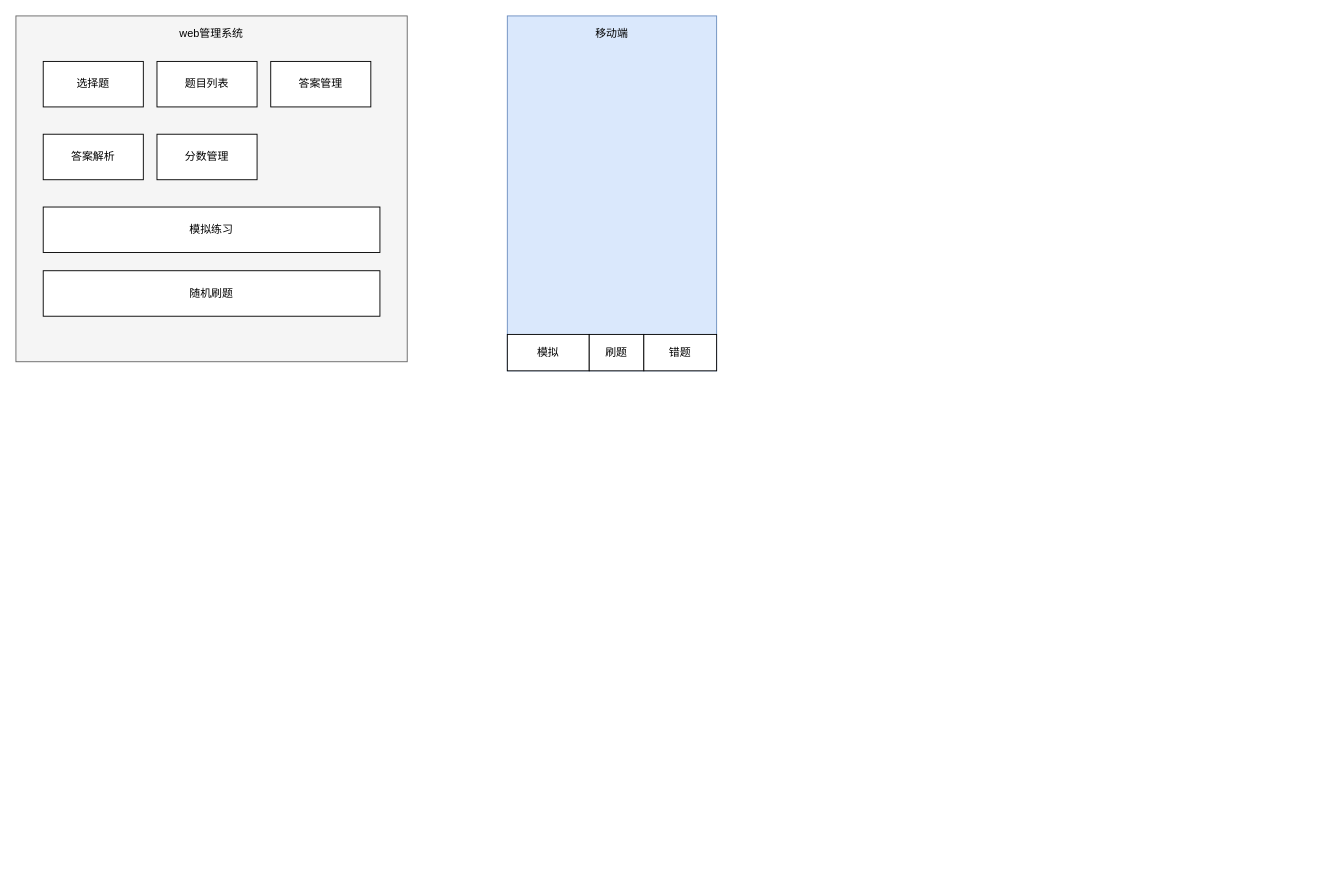
Earlier version of the draw.io diagram 刷题刷刷刷.drawio (meterXu/drawiofile). Source tidied: cells renumbered, new cells numbered last; positions are measured from the earlier drawing's top-left corner, leaving out a move shared by most shapes. Both pictures are drawn from the tidied source at 91%, with x=0, y=0 at pixel (15, 15).
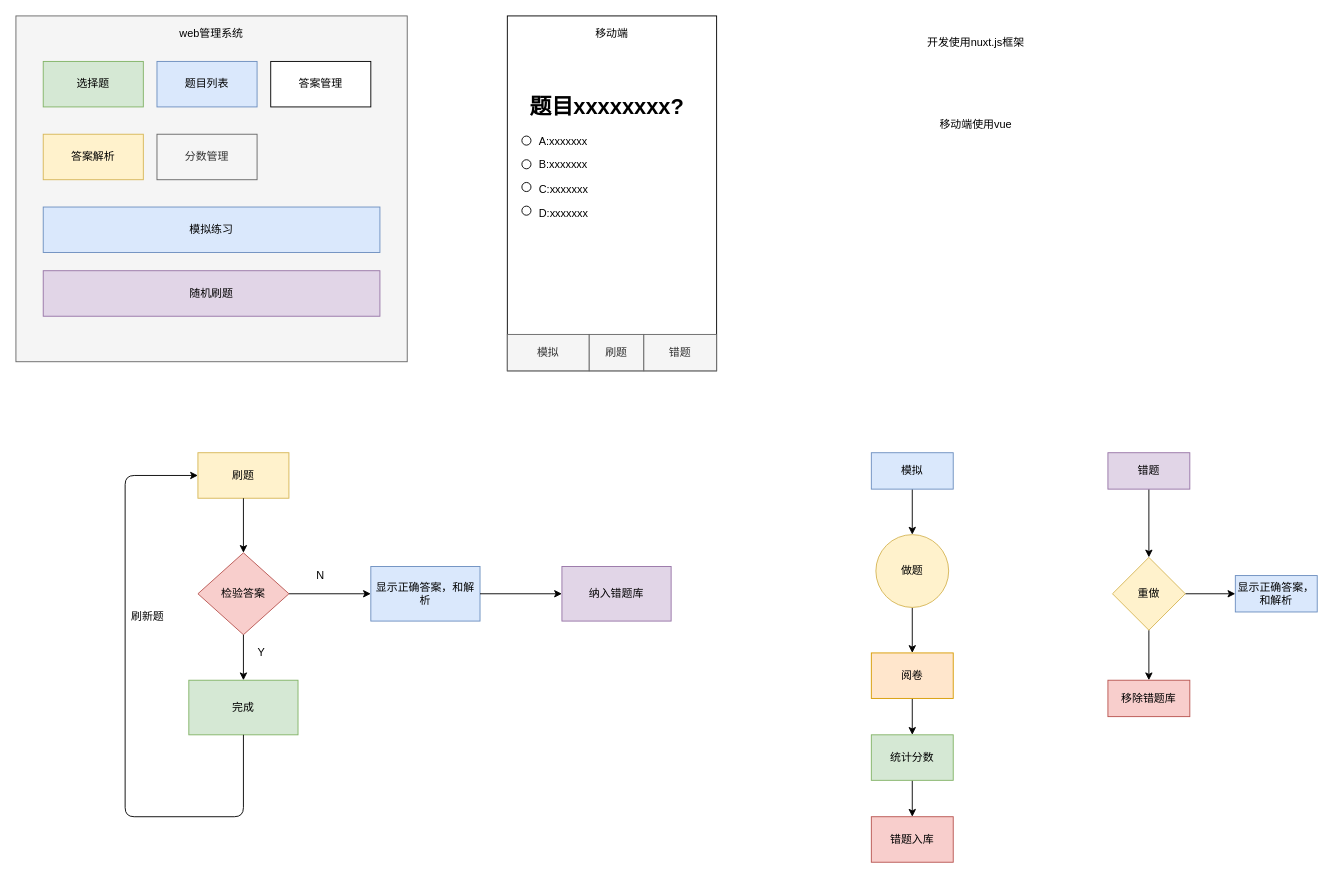
The same diagram, later.

Commit message (it also covers changes not shown here):
Update 刷题刷刷刷.drawio

What changed in the source:
```diff
@@
-    <mxCell id="4" style="rounded=0;whiteSpace=wrap;html=1;fillColor=#dae8fc;strokeColor=#6c8ebf;" parent="1" vertex="1">
+    <mxCell id="4" style="rounded=0;whiteSpace=wrap;html=1;" parent="1" vertex="1">
       <mxGeometry x="540" width="230" height="390" as="geometry" />
     </mxCell>
@@
-    <mxCell id="6" value="选择题" style="rounded=0;whiteSpace=wrap;html=1;" parent="1" vertex="1">
+    <mxCell id="6" value="选择题" style="rounded=0;whiteSpace=wrap;html=1;fillColor=#d5e8d4;strokeColor=#82b366;" parent="1" vertex="1">
       <mxGeometry x="30" y="50" width="110" height="50" as="geometry" />
     </mxCell>
-    <mxCell id="7" value="题目列表" style="rounded=0;whiteSpace=wrap;html=1;" parent="1" vertex="1">
+    <mxCell id="7" value="题目列表" style="rounded=0;whiteSpace=wrap;html=1;fillColor=#dae8fc;strokeColor=#6c8ebf;" parent="1" vertex="1">
       <mxGeometry x="155" y="50" width="110" height="50" as="geometry" />
     </mxCell>
@@
-    <mxCell id="9" value="答案解析" style="rounded=0;whiteSpace=wrap;html=1;" parent="1" vertex="1">
+    <mxCell id="9" value="答案解析" style="rounded=0;whiteSpace=wrap;html=1;fillColor=#fff2cc;strokeColor=#d6b656;" parent="1" vertex="1">
       <mxGeometry x="30" y="130" width="110" height="50" as="geometry" />
     </mxCell>
-    <mxCell id="10" value="分数管理" style="rounded=0;whiteSpace=wrap;html=1;" parent="1" vertex="1">
+    <mxCell id="10" value="分数管理" style="rounded=0;whiteSpace=wrap;html=1;fillColor=#f5f5f5;strokeColor=#666666;fontColor=#333333;" parent="1" vertex="1">
       <mxGeometry x="155" y="130" width="110" height="50" as="geometry" />
     </mxCell>
-    <mxCell id="11" value="随机刷题" style="rounded=0;whiteSpace=wrap;html=1;" parent="1" vertex="1">
+    <mxCell id="11" value="随机刷题" style="rounded=0;whiteSpace=wrap;html=1;fillColor=#e1d5e7;strokeColor=#9673a6;" parent="1" vertex="1">
       <mxGeometry x="30" y="280" width="370" height="50" as="geometry" />
     </mxCell>
-    <mxCell id="12" value="模拟练习" style="rounded=0;whiteSpace=wrap;html=1;" parent="1" vertex="1">
+    <mxCell id="12" value="模拟练习" style="rounded=0;whiteSpace=wrap;html=1;fillColor=#dae8fc;strokeColor=#6c8ebf;" parent="1" vertex="1">
       <mxGeometry x="30" y="210" width="370" height="50" as="geometry" />
     </mxCell>
-    <mxCell id="13" value="模拟" style="rounded=0;whiteSpace=wrap;html=1;" parent="1" vertex="1">
+    <mxCell id="13" value="模拟" style="rounded=0;whiteSpace=wrap;html=1;fillColor=#f5f5f5;strokeColor=#666666;fontColor=#333333;" parent="1" vertex="1">
       <mxGeometry x="540" y="350" width="90" height="40" as="geometry" />
     </mxCell>
-    <mxCell id="14" value="刷题" style="rounded=0;whiteSpace=wrap;html=1;" parent="1" vertex="1">
+    <mxCell id="14" value="刷题" style="rounded=0;whiteSpace=wrap;html=1;fillColor=#f5f5f5;strokeColor=#666666;fontColor=#333333;" parent="1" vertex="1">
       <mxGeometry x="630" y="350" width="60" height="40" as="geometry" />
     </mxCell>
-    <mxCell id="15" value="错题" style="rounded=0;whiteSpace=wrap;html=1;" parent="1" vertex="1">
+    <mxCell id="15" value="错题" style="rounded=0;whiteSpace=wrap;html=1;fillColor=#f5f5f5;strokeColor=#666666;fontColor=#333333;" parent="1" vertex="1">
       <mxGeometry x="690" y="350" width="80" height="40" as="geometry" />
     </mxCell>
+    <mxCell id="16" value="刷题" style="rounded=0;whiteSpace=wrap;html=1;fillColor=#fff2cc;strokeColor=#d6b656;" parent="1" vertex="1">
+      <mxGeometry x="200" y="480" width="100" height="50" as="geometry" />
+    </mxCell>
+    <mxCell id="17" value="&lt;span&gt;检验答案&lt;/span&gt;" style="rhombus;whiteSpace=wrap;html=1;fillColor=#f8cecc;strokeColor=#b85450;" parent="1" vertex="1">
+      <mxGeometry x="200" y="590" width="100" height="90" as="geometry" />
+    </mxCell>
+    <mxCell id="18" value="完成" style="rounded=0;whiteSpace=wrap;html=1;fillColor=#d5e8d4;strokeColor=#82b366;" parent="1" vertex="1">
+      <mxGeometry x="190" y="730" width="120" height="60" as="geometry" />
+    </mxCell>
+    <mxCell id="19" value="显示正确答案，和解析" style="rounded=0;whiteSpace=wrap;html=1;fillColor=#dae8fc;strokeColor=#6c8ebf;" parent="1" vertex="1">
+      <mxGeometry x="390" y="605" width="120" height="60" as="geometry" />
+    </mxCell>
+    <mxCell id="20" value="纳入错题库" style="rounded=0;whiteSpace=wrap;html=1;fillColor=#e1d5e7;strokeColor=#9673a6;" parent="1" vertex="1">
+      <mxGeometry x="600" y="605" width="120" height="60" as="geometry" />
+    </mxCell>
+    <mxCell id="21" style="endArrow=classic;html=1;exitX=0.5;exitY=1;exitDx=0;exitDy=0;" parent="1" edge="1" source="16" target="17">
+      <mxGeometry relative="1" as="geometry" />
+    </mxCell>
+    <mxCell id="22" style="endArrow=classic;html=1;exitX=0.5;exitY=1;exitDx=0;exitDy=0;" parent="1" edge="1" source="17" target="18">
+      <mxGeometry relative="1" as="geometry" />
+    </mxCell>
+    <mxCell id="23" style="endArrow=classic;html=1;entryX=0;entryY=0.5;entryDx=0;entryDy=0;exitX=1;exitY=0.5;exitDx=0;exitDy=0;" parent="1" edge="1" source="17" target="19">
+      <mxGeometry relative="1" as="geometry" />
+    </mxCell>
+    <mxCell id="24" style="endArrow=classic;html=1;entryX=0;entryY=0.5;entryDx=0;entryDy=0;" parent="1" edge="1" source="19" target="20">
+      <mxGeometry relative="1" as="geometry" />
+    </mxCell>
+    <mxCell id="25" value="N" style="text;html=1;strokeColor=none;fillColor=none;align=center;verticalAlign=middle;whiteSpace=wrap;rounded=0;" parent="1" vertex="1">
+      <mxGeometry x="315" y="605" width="40" height="20" as="geometry" />
+    </mxCell>
+    <mxCell id="26" value="Y" style="text;html=1;strokeColor=none;fillColor=none;align=center;verticalAlign=middle;whiteSpace=wrap;rounded=0;" parent="1" vertex="1">
+      <mxGeometry x="250" y="690" width="40" height="20" as="geometry" />
+    </mxCell>
+    <mxCell id="27" style="endArrow=classic;html=1;exitX=0.5;exitY=1;exitDx=0;exitDy=0;entryX=0;entryY=0.5;entryDx=0;entryDy=0;" parent="1" edge="1" source="18" target="16">
+      <mxGeometry relative="1" as="geometry">
+        <Array as="points">
+          <mxPoint x="250" y="880" />
+          <mxPoint x="120" y="880" />
+          <mxPoint x="120" y="505" />
+        </Array>
+      </mxGeometry>
+    </mxCell>
+    <mxCell id="28" value="刷新题" style="text;html=1;strokeColor=none;fillColor=none;align=center;verticalAlign=middle;whiteSpace=wrap;rounded=0;" parent="1" vertex="1">
+      <mxGeometry x="125" y="650" width="40" height="20" as="geometry" />
+    </mxCell>
+    <mxCell id="29" value="&lt;h1&gt;题目xxxxxxxx?&lt;/h1&gt;&lt;p&gt;&amp;nbsp; &amp;nbsp;A:xxxxxxx&lt;/p&gt;&lt;p&gt;&lt;span&gt;&amp;nbsp; &amp;nbsp;B:xxxxxxx&amp;nbsp;&lt;/span&gt;&lt;/p&gt;&lt;p&gt;&amp;nbsp; &amp;nbsp;C:xxxxxxx&lt;/p&gt;&lt;p&gt;&amp;nbsp; &amp;nbsp;D:xxxxxxx&lt;/p&gt;" style="text;html=1;strokeColor=none;fillColor=none;spacing=5;spacingTop=-20;whiteSpace=wrap;overflow=hidden;rounded=0;" parent="1" vertex="1">
+      <mxGeometry x="560" y="80" width="190" height="160" as="geometry" />
+    </mxCell>
+    <mxCell id="30" style="group;" parent="1" vertex="1">
+      <mxGeometry x="556" y="130" width="10" height="100" as="geometry" />
+    </mxCell>
+    <mxCell id="31" style="ellipse;whiteSpace=wrap;html=1;" parent="30" vertex="1">
+      <mxGeometry y="2" width="10" height="10" as="geometry" />
+    </mxCell>
+    <mxCell id="32" style="ellipse;whiteSpace=wrap;html=1;" parent="30" vertex="1">
+      <mxGeometry y="28" width="10" height="10" as="geometry" />
+    </mxCell>
+    <mxCell id="33" style="ellipse;whiteSpace=wrap;html=1;" parent="30" vertex="1">
+      <mxGeometry y="53" width="10" height="10" as="geometry" />
+    </mxCell>
+    <mxCell id="34" style="ellipse;whiteSpace=wrap;html=1;" parent="30" vertex="1">
+      <mxGeometry y="79" width="10" height="10" as="geometry" />
+    </mxCell>
+    <mxCell id="35" style="edgeStyle=orthogonalEdgeStyle;rounded=0;jettySize=auto;html=1;exitX=0.5;exitY=1;exitDx=0;exitDy=0;" parent="1" edge="1" source="36" target="38">
+      <mxGeometry relative="1" as="geometry" />
+    </mxCell>
+    <mxCell id="36" value="模拟" style="rounded=0;whiteSpace=wrap;html=1;fillColor=#dae8fc;strokeColor=#6c8ebf;" parent="1" vertex="1">
+      <mxGeometry x="940" y="480" width="90" height="40" as="geometry" />
+    </mxCell>
+    <mxCell id="37" style="edgeStyle=orthogonalEdgeStyle;rounded=0;jettySize=auto;html=1;exitX=0.5;exitY=1;exitDx=0;exitDy=0;" parent="1" edge="1" source="38" target="40">
+      <mxGeometry relative="1" as="geometry" />
+    </mxCell>
+    <mxCell id="38" value="做题" style="ellipse;whiteSpace=wrap;html=1;fillColor=#fff2cc;strokeColor=#d6b656;" parent="1" vertex="1">
+      <mxGeometry x="945" y="570" width="80" height="80" as="geometry" />
+    </mxCell>
+    <mxCell id="39" style="edgeStyle=orthogonalEdgeStyle;rounded=0;jettySize=auto;html=1;exitX=0.5;exitY=1;exitDx=0;exitDy=0;" parent="1" edge="1" source="40" target="42">
+      <mxGeometry relative="1" as="geometry" />
+    </mxCell>
+    <mxCell id="40" value="阅卷" style="rounded=0;whiteSpace=wrap;html=1;fillColor=#ffe6cc;strokeColor=#d79b00;" parent="1" vertex="1">
+      <mxGeometry x="940" y="700" width="90" height="50" as="geometry" />
+    </mxCell>
+    <mxCell id="41" style="edgeStyle=orthogonalEdgeStyle;rounded=0;jettySize=auto;html=1;exitX=0.5;exitY=1;exitDx=0;exitDy=0;entryX=0.5;entryY=0;entryDx=0;entryDy=0;" parent="1" edge="1" source="42" target="43">
+      <mxGeometry relative="1" as="geometry" />
+    </mxCell>
+    <mxCell id="42" value="统计分数" style="rounded=0;whiteSpace=wrap;html=1;fillColor=#d5e8d4;strokeColor=#82b366;" parent="1" vertex="1">
+      <mxGeometry x="940" y="790" width="90" height="50" as="geometry" />
+    </mxCell>
+    <mxCell id="43" value="错题入库" style="rounded=0;whiteSpace=wrap;html=1;fillColor=#f8cecc;strokeColor=#b85450;" parent="1" vertex="1">
+      <mxGeometry x="940" y="880" width="90" height="50" as="geometry" />
+    </mxCell>
+    <mxCell id="44" style="edgeStyle=orthogonalEdgeStyle;rounded=0;jettySize=auto;html=1;exitX=0.5;exitY=1;exitDx=0;exitDy=0;" parent="1" edge="1" source="45" target="48">
+      <mxGeometry relative="1" as="geometry" />
+    </mxCell>
+    <mxCell id="45" value="错题" style="rounded=0;whiteSpace=wrap;html=1;fillColor=#e1d5e7;strokeColor=#9673a6;" parent="1" vertex="1">
+      <mxGeometry x="1200" y="480" width="90" height="40" as="geometry" />
+    </mxCell>
+    <mxCell id="46" style="edgeStyle=orthogonalEdgeStyle;rounded=0;jettySize=auto;html=1;" parent="1" edge="1" source="48" target="49">
+      <mxGeometry relative="1" as="geometry" />
+    </mxCell>
+    <mxCell id="47" style="edgeStyle=orthogonalEdgeStyle;rounded=0;jettySize=auto;html=1;" parent="1" edge="1" source="48" target="50">
+      <mxGeometry relative="1" as="geometry" />
+    </mxCell>
+    <mxCell id="48" value="重做" style="rhombus;whiteSpace=wrap;html=1;fillColor=#fff2cc;strokeColor=#d6b656;" parent="1" vertex="1">
+      <mxGeometry x="1205" y="595" width="80" height="80" as="geometry" />
+    </mxCell>
+    <mxCell id="49" value="移除错题库" style="rounded=0;whiteSpace=wrap;html=1;fillColor=#f8cecc;strokeColor=#b85450;" parent="1" vertex="1">
+      <mxGeometry x="1200" y="730" width="90" height="40" as="geometry" />
+    </mxCell>
+    <mxCell id="50" value="显示正确答案，和解析" style="rounded=0;whiteSpace=wrap;html=1;fillColor=#dae8fc;strokeColor=#6c8ebf;" parent="1" vertex="1">
+      <mxGeometry x="1340" y="615" width="90" height="40" as="geometry" />
+    </mxCell>
+    <mxCell id="51" value="开发使用nuxt.js框架" style="text;html=1;strokeColor=none;fillColor=none;align=center;verticalAlign=middle;whiteSpace=wrap;rounded=0;" parent="1" vertex="1">
+      <mxGeometry x="980" width="150" height="60" as="geometry" />
+    </mxCell>
+    <mxCell id="52" value="移动端使用vue" style="text;html=1;strokeColor=none;fillColor=none;align=center;verticalAlign=middle;whiteSpace=wrap;rounded=0;" parent="1" vertex="1">
+      <mxGeometry x="980" y="90" width="150" height="60" as="geometry" />
+    </mxCell>
```
